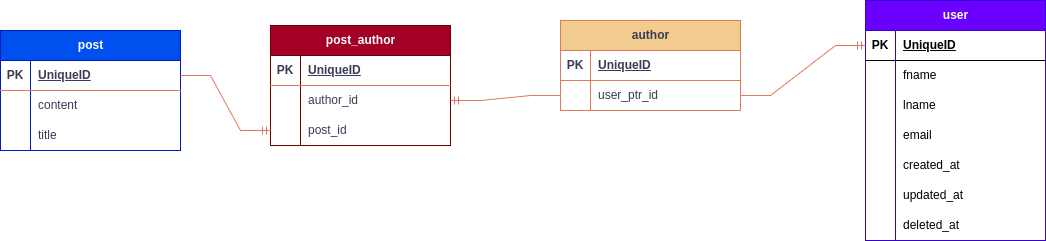
This is BlogApp_ERD.drawio.png from MohammadYeganeFar/Blog_App, a draw.io export, as it was before one commit. Source tidied: cells renumbered, new cells last; positions are measured from the earlier drawing's top-left corner, leaving out a move shared by most shapes.
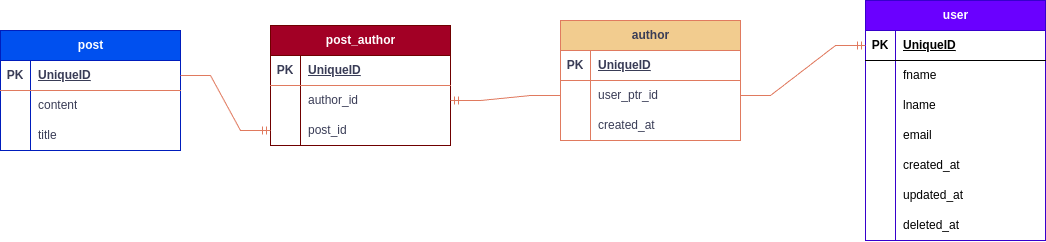
The same file after the commit.

What changed in the source:
```diff
@@ -3,7 +3,7 @@
     <mxCell id="0" />
     <mxCell id="1" parent="0" />
     <mxCell id="2" value="author" style="shape=table;startSize=30;rowLines=0;fontStyle=1;align=center;html=1;labelBackgroundColor=none;fillColor=#F2CC8F;strokeColor=#E07A5F;fontColor=#393C56;" parent="1" vertex="1">
-      <mxGeometry x="560" y="20" width="180" height="90" as="geometry" />
+      <mxGeometry x="560" y="20" width="180" height="120" as="geometry" />
     </mxCell>
     <mxCell id="3" style="shape=tableRow;horizontal=0;startSize=0;swimlaneHead=0;swimlaneBody=0;fillColor=none;top=0;left=0;right=0;bottom=1;labelBackgroundColor=none;strokeColor=#E07A5F;fontColor=#393C56;" parent="2" vertex="1">
       <mxGeometry y="30" width="180" height="30" as="geometry" />
@@ -23,6 +23,15 @@
     <mxCell id="8" value="user_ptr_id" style="shape=partialRectangle;fillColor=none;top=0;left=0;bottom=0;right=0;align=left;spacingLeft=6;overflow=hidden;whiteSpace=wrap;html=1;labelBackgroundColor=none;strokeColor=#E07A5F;fontColor=#393C56;" parent="6" vertex="1">
       <mxGeometry x="30" width="150" height="30" as="geometry" />
     </mxCell>
+    <mxCell id="54" style="shape=tableRow;horizontal=0;startSize=0;swimlaneHead=0;swimlaneBody=0;fillColor=none;top=0;left=0;right=0;bottom=0;labelBackgroundColor=none;strokeColor=#E07A5F;fontColor=#393C56;" parent="2" vertex="1">
+      <mxGeometry y="90" width="180" height="30" as="geometry" />
+    </mxCell>
+    <mxCell id="55" style="shape=partialRectangle;fillColor=none;top=0;left=0;bottom=0;right=0;overflow=hidden;whiteSpace=wrap;html=1;labelBackgroundColor=none;strokeColor=#E07A5F;fontColor=#393C56;" parent="54" vertex="1">
+      <mxGeometry width="30" height="30" as="geometry" />
+    </mxCell>
+    <mxCell id="56" value="created_at" style="shape=partialRectangle;fillColor=none;top=0;left=0;bottom=0;right=0;align=left;spacingLeft=6;overflow=hidden;whiteSpace=wrap;html=1;labelBackgroundColor=none;strokeColor=#E07A5F;fontColor=#393C56;" parent="54" vertex="1">
+      <mxGeometry x="30" width="150" height="30" as="geometry" />
+    </mxCell>
     <mxCell id="9" value="user" style="shape=table;startSize=30;rowLines=0;fontStyle=1;align=center;html=1;fillColor=#6a00ff;fontColor=#ffffff;strokeColor=#3700CC;" parent="1" vertex="1">
       <mxGeometry x="865" width="180" height="240" as="geometry" />
     </mxCell>
```
